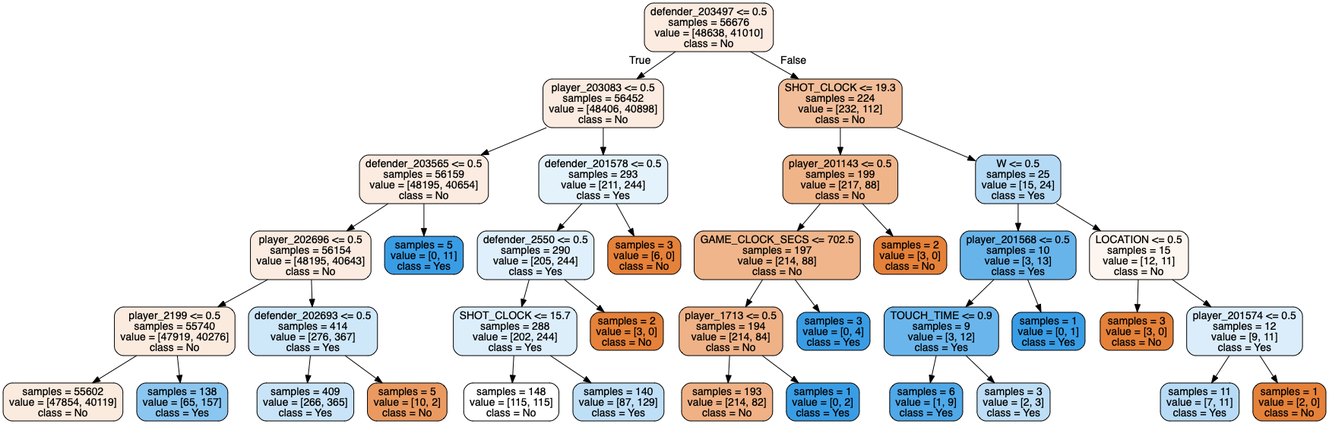
This is forest_tree6.png from tianyi5309/303project, a Graphviz export, as it was before one commit. Its source is kept beside it as forest_tree6.dot.
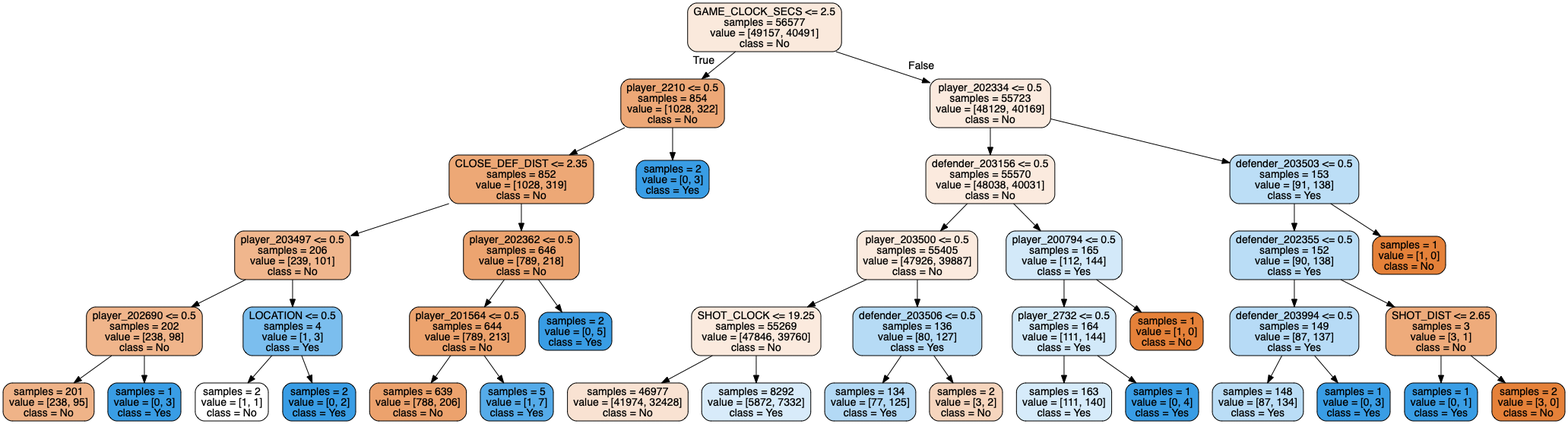
Later version of the same file.

Diff of the diagram source:
```diff
@@ -1,77 +1,81 @@
 digraph Tree {
 node [shape=box, style="filled, rounded", color="black", fontname=helvetica] ;
 edge [fontname=helvetica] ;
-0 [label="defender_203497 <= 0.5\nsamples = 56676\nvalue = [48638, 41010]\nclass = No", fillcolor="#fbebe0"] ;
-1 [label="player_203083 <= 0.5\nsamples = 56452\nvalue = [48406, 40898]\nclass = No", fillcolor="#fbebe0"] ;
+0 [label="GAME_CLOCK_SECS <= 2.5\nsamples = 56577\nvalue = [49157, 40491]\nclass = No", fillcolor="#fae9dc"] ;
+1 [label="player_2210 <= 0.5\nsamples = 854\nvalue = [1028, 322]\nclass = No", fillcolor="#eda877"] ;
 0 -> 1 [labeldistance=2.5, labelangle=45, headlabel="True"] ;
-2 [label="defender_203565 <= 0.5\nsamples = 56159\nvalue = [48195, 40654]\nclass = No", fillcolor="#fbebe0"] ;
+2 [label="CLOSE_DEF_DIST <= 2.35\nsamples = 852\nvalue = [1028, 319]\nclass = No", fillcolor="#eda876"] ;
 1 -> 2 ;
-3 [label="player_202696 <= 0.5\nsamples = 56154\nvalue = [48195, 40643]\nclass = No", fillcolor="#fbebe0"] ;
+3 [label="player_203497 <= 0.5\nsamples = 206\nvalue = [239, 101]\nclass = No", fillcolor="#f0b68d"] ;
 2 -> 3 ;
-4 [label="player_2199 <= 0.5\nsamples = 55740\nvalue = [47919, 40276]\nclass = No", fillcolor="#fbebdf"] ;
+4 [label="player_202690 <= 0.5\nsamples = 202\nvalue = [238, 98]\nclass = No", fillcolor="#f0b58b"] ;
 3 -> 4 ;
-5 [label="samples = 55602\nvalue = [47854, 40119]\nclass = No", fillcolor="#fbebdf"] ;
+5 [label="samples = 201\nvalue = [238, 95]\nclass = No", fillcolor="#efb388"] ;
 4 -> 5 ;
-6 [label="samples = 138\nvalue = [65, 157]\nclass = Yes", fillcolor="#8bc6f0"] ;
+6 [label="samples = 1\nvalue = [0, 3]\nclass = Yes", fillcolor="#399de5"] ;
 4 -> 6 ;
-7 [label="defender_202693 <= 0.5\nsamples = 414\nvalue = [276, 367]\nclass = Yes", fillcolor="#cee7f9"] ;
+7 [label="LOCATION <= 0.5\nsamples = 4\nvalue = [1, 3]\nclass = Yes", fillcolor="#7bbeee"] ;
 3 -> 7 ;
-8 [label="samples = 409\nvalue = [266, 365]\nclass = Yes", fillcolor="#c9e4f8"] ;
+8 [label="samples = 2\nvalue = [1, 1]\nclass = No", fillcolor="#ffffff"] ;
 7 -> 8 ;
-9 [label="samples = 5\nvalue = [10, 2]\nclass = No", fillcolor="#ea9a61"] ;
+9 [label="samples = 2\nvalue = [0, 2]\nclass = Yes", fillcolor="#399de5"] ;
 7 -> 9 ;
-10 [label="samples = 5\nvalue = [0, 11]\nclass = Yes", fillcolor="#399de5"] ;
+10 [label="player_202362 <= 0.5\nsamples = 646\nvalue = [789, 218]\nclass = No", fillcolor="#eca470"] ;
 2 -> 10 ;
-11 [label="defender_201578 <= 0.5\nsamples = 293\nvalue = [211, 244]\nclass = Yes", fillcolor="#e4f2fb"] ;
-1 -> 11 ;
-12 [label="defender_2550 <= 0.5\nsamples = 290\nvalue = [205, 244]\nclass = Yes", fillcolor="#dfeffb"] ;
+11 [label="player_201564 <= 0.5\nsamples = 644\nvalue = [789, 213]\nclass = No", fillcolor="#eca36e"] ;
+10 -> 11 ;
+12 [label="samples = 639\nvalue = [788, 206]\nclass = No", fillcolor="#eca26d"] ;
 11 -> 12 ;
-13 [label="SHOT_CLOCK <= 15.7\nsamples = 288\nvalue = [202, 244]\nclass = Yes", fillcolor="#ddeefb"] ;
-12 -> 13 ;
-14 [label="samples = 148\nvalue = [115, 115]\nclass = No", fillcolor="#ffffff"] ;
-13 -> 14 ;
-15 [label="samples = 140\nvalue = [87, 129]\nclass = Yes", fillcolor="#bfdff7"] ;
-13 -> 15 ;
-16 [label="samples = 2\nvalue = [3, 0]\nclass = No", fillcolor="#e58139"] ;
-12 -> 16 ;
-17 [label="samples = 3\nvalue = [6, 0]\nclass = No", fillcolor="#e58139"] ;
-11 -> 17 ;
-18 [label="SHOT_CLOCK <= 19.3\nsamples = 224\nvalue = [232, 112]\nclass = No", fillcolor="#f2be99"] ;
-0 -> 18 [labeldistance=2.5, labelangle=-45, headlabel="False"] ;
-19 [label="player_201143 <= 0.5\nsamples = 199\nvalue = [217, 88]\nclass = No", fillcolor="#f0b489"] ;
+13 [label="samples = 5\nvalue = [1, 7]\nclass = Yes", fillcolor="#55abe9"] ;
+11 -> 13 ;
+14 [label="samples = 2\nvalue = [0, 5]\nclass = Yes", fillcolor="#399de5"] ;
+10 -> 14 ;
+15 [label="samples = 2\nvalue = [0, 3]\nclass = Yes", fillcolor="#399de5"] ;
+1 -> 15 ;
+16 [label="player_202334 <= 0.5\nsamples = 55723\nvalue = [48129, 40169]\nclass = No", fillcolor="#fbeade"] ;
+0 -> 16 [labeldistance=2.5, labelangle=-45, headlabel="False"] ;
+17 [label="defender_203156 <= 0.5\nsamples = 55570\nvalue = [48038, 40031]\nclass = No", fillcolor="#fbeade"] ;
+16 -> 17 ;
+18 [label="player_203500 <= 0.5\nsamples = 55405\nvalue = [47926, 39887]\nclass = No", fillcolor="#fbeade"] ;
+17 -> 18 ;
+19 [label="SHOT_CLOCK <= 19.25\nsamples = 55269\nvalue = [47846, 39760]\nclass = No", fillcolor="#fbeade"] ;
 18 -> 19 ;
-20 [label="GAME_CLOCK_SECS <= 702.5\nsamples = 197\nvalue = [214, 88]\nclass = No", fillcolor="#f0b58a"] ;
+20 [label="samples = 46977\nvalue = [41974, 32428]\nclass = No", fillcolor="#f9e2d2"] ;
 19 -> 20 ;
-21 [label="player_1713 <= 0.5\nsamples = 194\nvalue = [214, 84]\nclass = No", fillcolor="#efb287"] ;
-20 -> 21 ;
-22 [label="samples = 193\nvalue = [214, 82]\nclass = No", fillcolor="#efb185"] ;
-21 -> 22 ;
-23 [label="samples = 1\nvalue = [0, 2]\nclass = Yes", fillcolor="#399de5"] ;
-21 -> 23 ;
-24 [label="samples = 3\nvalue = [0, 4]\nclass = Yes", fillcolor="#399de5"] ;
-20 -> 24 ;
-25 [label="samples = 2\nvalue = [3, 0]\nclass = No", fillcolor="#e58139"] ;
-19 -> 25 ;
-26 [label="W <= 0.5\nsamples = 25\nvalue = [15, 24]\nclass = Yes", fillcolor="#b5daf5"] ;
-18 -> 26 ;
-27 [label="player_201568 <= 0.5\nsamples = 10\nvalue = [3, 13]\nclass = Yes", fillcolor="#67b4eb"] ;
+21 [label="samples = 8292\nvalue = [5872, 7332]\nclass = Yes", fillcolor="#d8ebfa"] ;
+19 -> 21 ;
+22 [label="defender_203506 <= 0.5\nsamples = 136\nvalue = [80, 127]\nclass = Yes", fillcolor="#b6dbf5"] ;
+18 -> 22 ;
+23 [label="samples = 134\nvalue = [77, 125]\nclass = Yes", fillcolor="#b3d9f5"] ;
+22 -> 23 ;
+24 [label="samples = 2\nvalue = [3, 2]\nclass = No", fillcolor="#f6d5bd"] ;
+22 -> 24 ;
+25 [label="player_200794 <= 0.5\nsamples = 165\nvalue = [112, 144]\nclass = Yes", fillcolor="#d3e9f9"] ;
+17 -> 25 ;
+26 [label="player_2732 <= 0.5\nsamples = 164\nvalue = [111, 144]\nclass = Yes", fillcolor="#d2e9f9"] ;
+25 -> 26 ;
+27 [label="samples = 163\nvalue = [111, 140]\nclass = Yes", fillcolor="#d6ebfa"] ;
 26 -> 27 ;
-28 [label="TOUCH_TIME <= 0.9\nsamples = 9\nvalue = [3, 12]\nclass = Yes", fillcolor="#6ab6ec"] ;
-27 -> 28 ;
-29 [label="samples = 6\nvalue = [1, 9]\nclass = Yes", fillcolor="#4fa8e8"] ;
-28 -> 29 ;
-30 [label="samples = 3\nvalue = [2, 3]\nclass = Yes", fillcolor="#bddef6"] ;
-28 -> 30 ;
-31 [label="samples = 1\nvalue = [0, 1]\nclass = Yes", fillcolor="#399de5"] ;
-27 -> 31 ;
-32 [label="LOCATION <= 0.5\nsamples = 15\nvalue = [12, 11]\nclass = No", fillcolor="#fdf5ef"] ;
-26 -> 32 ;
-33 [label="samples = 3\nvalue = [3, 0]\nclass = No", fillcolor="#e58139"] ;
+28 [label="samples = 1\nvalue = [0, 4]\nclass = Yes", fillcolor="#399de5"] ;
+26 -> 28 ;
+29 [label="samples = 1\nvalue = [1, 0]\nclass = No", fillcolor="#e58139"] ;
+25 -> 29 ;
+30 [label="defender_203503 <= 0.5\nsamples = 153\nvalue = [91, 138]\nclass = Yes", fillcolor="#bcdef6"] ;
+16 -> 30 ;
+31 [label="defender_202355 <= 0.5\nsamples = 152\nvalue = [90, 138]\nclass = Yes", fillcolor="#baddf6"] ;
+30 -> 31 ;
+32 [label="defender_203994 <= 0.5\nsamples = 149\nvalue = [87, 137]\nclass = Yes", fillcolor="#b7dbf6"] ;
+31 -> 32 ;
+33 [label="samples = 148\nvalue = [87, 134]\nclass = Yes", fillcolor="#baddf6"] ;
 32 -> 33 ;
-34 [label="player_201574 <= 0.5\nsamples = 12\nvalue = [9, 11]\nclass = Yes", fillcolor="#dbedfa"] ;
+34 [label="samples = 1\nvalue = [0, 3]\nclass = Yes", fillcolor="#399de5"] ;
 32 -> 34 ;
-35 [label="samples = 11\nvalue = [7, 11]\nclass = Yes", fillcolor="#b7dbf6"] ;
-34 -> 35 ;
-36 [label="samples = 1\nvalue = [2, 0]\nclass = No", fillcolor="#e58139"] ;
-34 -> 36 ;
+35 [label="SHOT_DIST <= 2.65\nsamples = 3\nvalue = [3, 1]\nclass = No", fillcolor="#eeab7b"] ;
+31 -> 35 ;
+36 [label="samples = 1\nvalue = [0, 1]\nclass = Yes", fillcolor="#399de5"] ;
+35 -> 36 ;
+37 [label="samples = 2\nvalue = [3, 0]\nclass = No", fillcolor="#e58139"] ;
+35 -> 37 ;
+38 [label="samples = 1\nvalue = [1, 0]\nclass = No", fillcolor="#e58139"] ;
+30 -> 38 ;
 }
```
